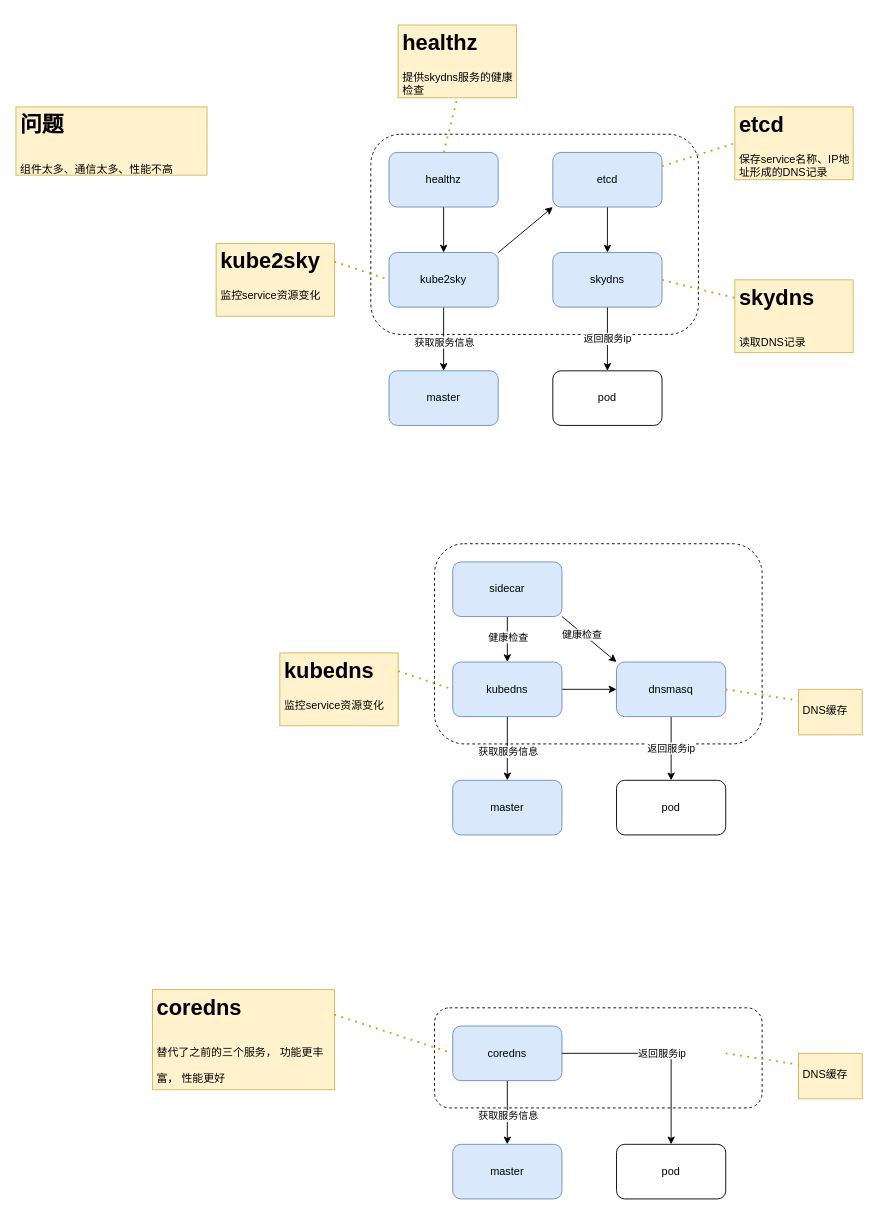
This is coredns.drawio from Venurs/draw, a draw.io file, before an edit. Source tidied: cells renumbered, new cells numbered last; positions are measured from the earlier drawing's top-left corner, leaving out a move shared by most shapes. Both pictures are drawn from the tidied source at 91%, with x=0, y=0 at pixel (15, 25).
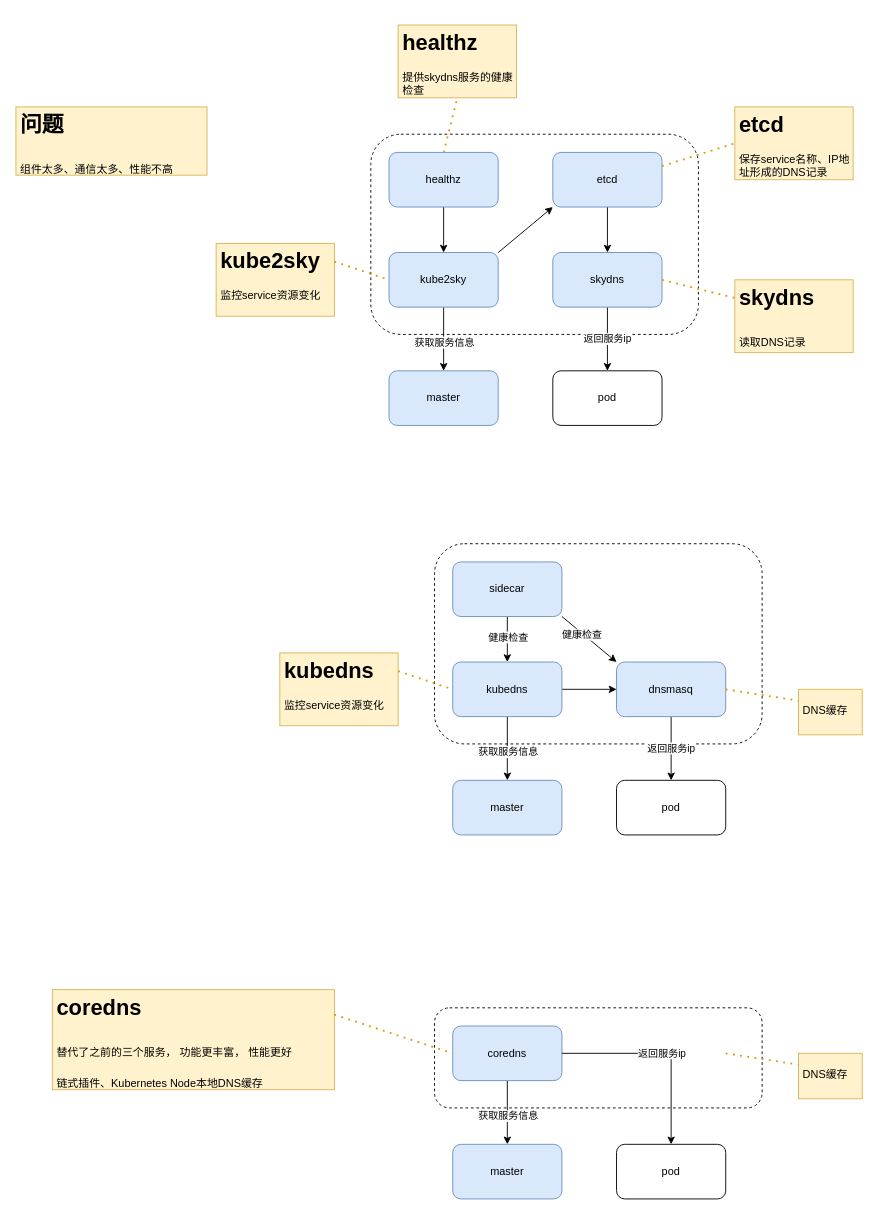
After the change.

What changed in the source:
```diff
@@
-    <mxCell id="47" value="&lt;h1&gt;&lt;span style=&quot;background-color: initial;&quot;&gt;coredns&lt;/span&gt;&lt;/h1&gt;&lt;h1&gt;&lt;span style=&quot;font-size: 12px; font-weight: 400;&quot;&gt;替代了之前的三个服务， 功能更丰富， 性能更好&lt;/span&gt;&lt;/h1&gt;" style="text;html=1;strokeColor=#d6b656;fillColor=#fff2cc;spacing=5;spacingTop=-20;whiteSpace=wrap;overflow=hidden;rounded=0;" parent="1" vertex="1">
-      <mxGeometry x="150" y="1060" width="200" height="110" as="geometry" />
+    <mxCell id="47" value="&lt;h1&gt;&lt;span style=&quot;background-color: initial;&quot;&gt;coredns&lt;/span&gt;&lt;/h1&gt;&lt;h1&gt;&lt;span style=&quot;font-size: 12px; font-weight: 400;&quot;&gt;替代了之前的三个服务， 功能更丰富， 性能更好&lt;/span&gt;&lt;/h1&gt;&lt;div&gt;&lt;span style=&quot;font-size: 12px; font-weight: 400;&quot;&gt;链式插件、Kubernetes Node本地DNS缓存&lt;/span&gt;&lt;/div&gt;" style="text;html=1;strokeColor=#d6b656;fillColor=#fff2cc;spacing=5;spacingTop=-20;whiteSpace=wrap;overflow=hidden;rounded=0;" parent="1" vertex="1">
+      <mxGeometry x="40" y="1060" width="310" height="110" as="geometry" />
     </mxCell>
```
